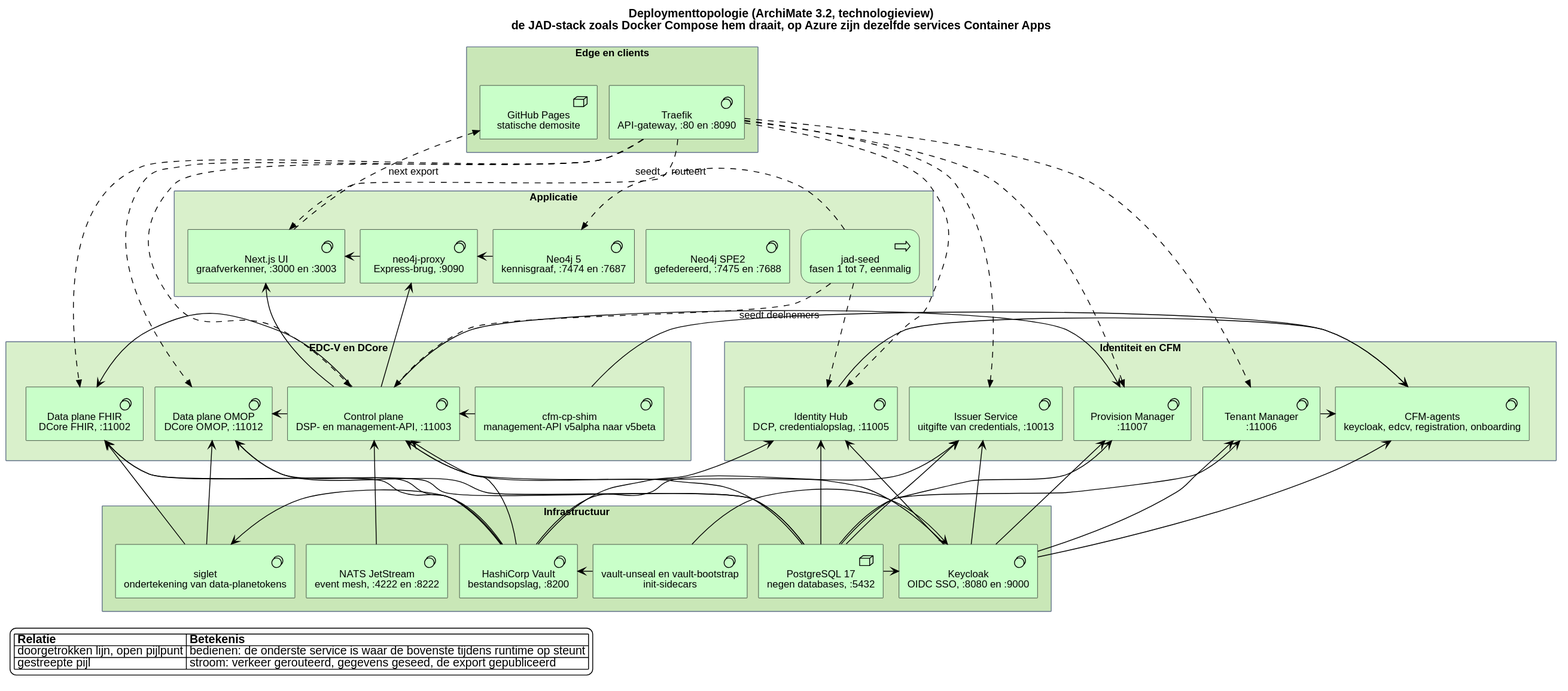
Before: docs/architecture/img/deployment.nl.svg, a diagram exported from PlantUML (ma3u/MinimumViableHealthDataspacev2).
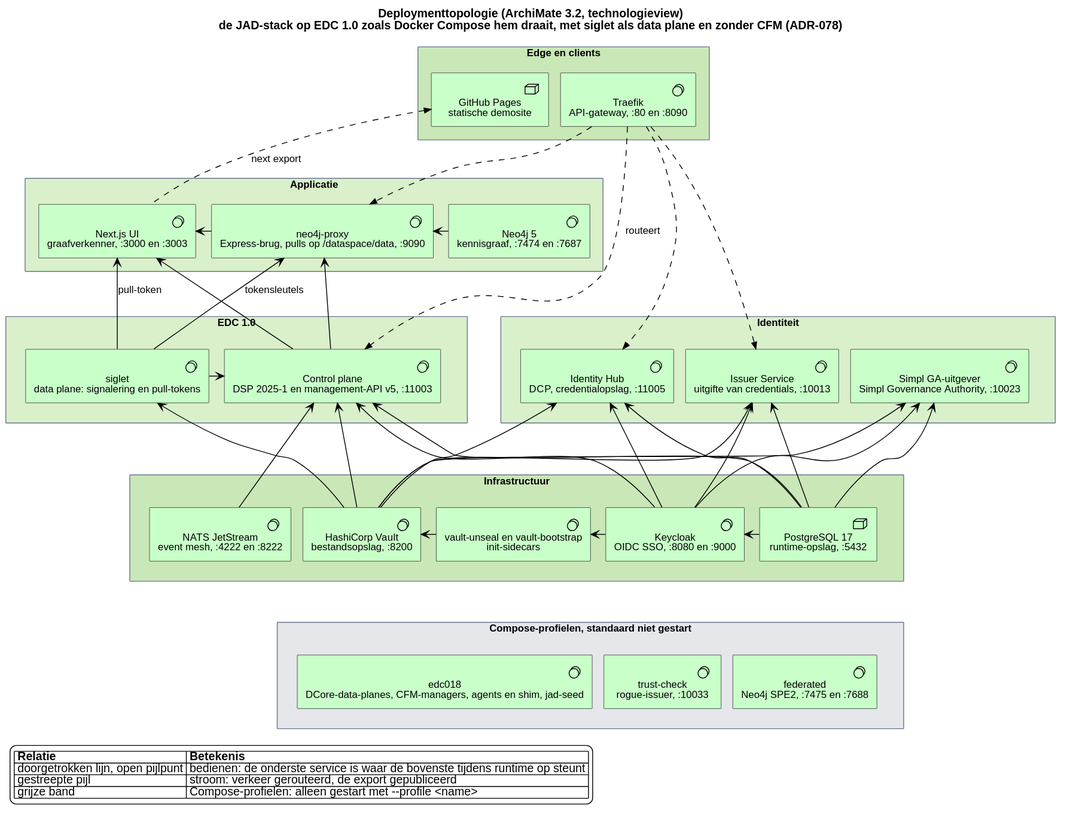
The same diagram one commit later.

What changed in the source:
```diff
@@ -1,6 +1,6 @@
 @startuml
 !include <archimate/Archimate>
-title Deploymenttopologie (ArchiMate 3.2, technologieview)\nde JAD-stack zoals Docker Compose hem draait, op Azure zijn dezelfde services Container Apps
+title Deploymenttopologie (ArchiMate 3.2, technologieview)\nde JAD-stack op EDC 1.0 zoals Docker Compose hem draait, met siglet als data plane en zonder CFM (ADR-078)
 skinparam defaultFontName Helvetica
 skinparam shadowing false
 skinparam nodesep 14
@@ -16,64 +16,50 @@
 }
 rectangle "Applicatie" as APP #D9F0CB {
   Technology_SystemSoftware(ui, "Next.js UI\ngraafverkenner, :3000 en :3003")
-  Technology_SystemSoftware(proxy, "neo4j-proxy\nExpress-brug, :9090")
+  Technology_SystemSoftware(proxy, "neo4j-proxy\nExpress-brug, pulls op /dataspace/data, :9090")
   Technology_SystemSoftware(neo4j, "Neo4j 5\nkennisgraaf, :7474 en :7687")
-  Technology_SystemSoftware(neo4j2, "Neo4j SPE2\ngefedereerd, :7475 en :7688")
-  Technology_Process(seed, "jad-seed\nfasen 1 tot 7, eenmalig")
 }
-rectangle "EDC-V en DCore" as EDC #D9F0CB {
-  Technology_SystemSoftware(cp, "Control plane\nDSP- en management-API, :11003")
-  Technology_SystemSoftware(dpf, "Data plane FHIR\nDCore FHIR, :11002")
-  Technology_SystemSoftware(dpo, "Data plane OMOP\nDCore OMOP, :11012")
-  Technology_SystemSoftware(shim, "cfm-cp-shim\nmanagement-API v5alpha naar v5beta")
+rectangle "EDC 1.0" as EDC #D9F0CB {
+  Technology_SystemSoftware(cp, "Control plane\nDSP 2025-1 en management-API v5, :11003")
+  Technology_SystemSoftware(sig, "siglet\ndata plane: signalering en pull-tokens")
 }
-rectangle "Identiteit en CFM" as IDM #D9F0CB {
+rectangle "Identiteit" as IDM #D9F0CB {
   Technology_SystemSoftware(ih, "Identity Hub\nDCP, credentialopslag, :11005")
   Technology_SystemSoftware(is, "Issuer Service\nuitgifte van credentials, :10013")
-  Technology_SystemSoftware(tm, "Tenant Manager\n:11006")
-  Technology_SystemSoftware(pm, "Provision Manager\n:11007")
-  Technology_SystemSoftware(agents, "CFM-agents\nkeycloak, edcv, registration, onboarding")
+  Technology_SystemSoftware(sga, "Simpl GA-uitgever\nSimpl Governance Authority, :10023")
 }
 rectangle "Infrastructuur" as INFRA #C9E7B7 {
   Technology_SystemSoftware(kc, "Keycloak\nOIDC SSO, :8080 en :9000")
-  Technology_Node(pg, "PostgreSQL 17\nnegen databases, :5432")
+  Technology_Node(pg, "PostgreSQL 17\nruntime-opslag, :5432")
   Technology_SystemSoftware(vault, "HashiCorp Vault\nbestandsopslag, :8200")
   Technology_SystemSoftware(vu, "vault-unseal en vault-bootstrap\ninit-sidecars")
-  Technology_SystemSoftware(sig, "siglet\nondertekening van data-planetokens")
   Technology_SystemSoftware(nats, "NATS JetStream\nevent mesh, :4222 en :8222")
 }
+rectangle "Compose-profielen, standaard niet gestart" as PROF #E5E7EB {
+  Technology_SystemSoftware(e018, "edc018\nDCore-data-planes, CFM-managers, agents en shim, jad-seed")
+  Technology_SystemSoftware(trust, "trust-check\nrogue-issuer, :10033")
+  Technology_SystemSoftware(fed, "federated\nNeo4j SPE2, :7475 en :7688")
+}
 
-Rel_Flow(tfk, ui, "routeert")
-Rel_Flow(tfk, cp, " ")
-Rel_Flow(tfk, dpf, " ")
-Rel_Flow(tfk, dpo, " ")
+Rel_Flow(tfk, cp, "routeert")
+Rel_Flow(tfk, proxy, " ")
 Rel_Flow(tfk, ih, " ")
 Rel_Flow(tfk, is, " ")
-Rel_Flow(tfk, tm, " ")
-Rel_Flow(tfk, pm, " ")
 Rel_Flow_Up(ui, ghp, "next export")
 
 Rel_Serving_Right(proxy, ui)
 Rel_Serving_Up(cp, ui)
 Rel_Serving_Up(cp, proxy)
 Rel_Serving_Right(neo4j, proxy)
-Rel_Flow_Right(seed, neo4j, "seedt")
-Rel_Flow(seed, cp, "seedt deelnemers")
-Rel_Flow(seed, ih, " ")
+Rel_Serving_Up(sig, ui, "pull-token")
+Rel_Serving_Up(sig, proxy, "tokensleutels")
 
 Rel_Serving_Up(pg, cp)
 Rel_Serving_Up(vault, cp)
 Rel_Serving_Up(nats, cp)
 Rel_Serving_Up(kc, cp)
-Rel_Serving_Left(cp, dpf)
-Rel_Serving_Left(cp, dpo)
-Rel_Serving_Up(pg, dpf)
-Rel_Serving_Up(vault, dpf)
-Rel_Serving_Up(pg, dpo)
-Rel_Serving_Up(vault, dpo)
-Rel_Serving_Up(sig, dpf)
-Rel_Serving_Up(sig, dpo)
-Rel_Serving_Left(shim, cp)
+Rel_Serving_Left(sig, cp)
+Rel_Serving_Up(vault, sig)
 
 Rel_Serving_Up(pg, ih)
 Rel_Serving_Up(vault, ih)
@@ -81,43 +67,33 @@
 Rel_Serving_Up(pg, is)
 Rel_Serving_Up(vault, is)
 Rel_Serving_Up(kc, is)
-Rel_Serving_Up(pg, tm)
-Rel_Serving_Up(kc, tm)
-Rel_Serving_Up(pg, pm)
-Rel_Serving_Up(kc, pm)
-Rel_Serving_Up(cp, pm)
-Rel_Serving_Up(kc, agents)
-Rel_Serving_Up(shim, agents)
-Rel_Serving_Right(ih, agents)
-Rel_Serving_Right(tm, agents)
+Rel_Serving_Up(pg, sga)
+Rel_Serving_Up(vault, sga)
+Rel_Serving_Up(kc, sga)
 
-Rel_Serving_Right(pg, kc)
-Rel_Serving_Right(vu, vault)
-Rel_Serving_Right(vu, kc)
-Rel_Serving_Right(vault, sig)
+Rel_Serving_Left(pg, kc)
+Rel_Serving_Left(kc, vu)
+Rel_Serving_Left(vu, vault)
 
 tfk -[hidden]right- ghp
 ui -[hidden]right- proxy
 proxy -[hidden]right- neo4j
-neo4j -[hidden]right- neo4j2
-neo4j2 -[hidden]right- seed
-cp -[hidden]right- dpf
-dpf -[hidden]right- dpo
-dpo -[hidden]right- shim
+cp -[hidden]right- sig
 ih -[hidden]right- is
-is -[hidden]right- tm
-tm -[hidden]right- pm
-pm -[hidden]right- agents
+is -[hidden]right- sga
+nats -[hidden]right- vault
+vault -[hidden]right- vu
+vu -[hidden]right- kc
 kc -[hidden]right- pg
-pg -[hidden]right- vault
-vault -[hidden]right- vu
-vu -[hidden]right- sig
-sig -[hidden]right- nats
 EDC -[hidden]right- IDM
+INFRA -[hidden]down- PROF
+e018 -[hidden]right- trust
+trust -[hidden]right- fed
 
 legend bottom left
 |= Relatie |= Betekenis |
 | doorgetrokken lijn, open pijlpunt | bedienen: de onderste service is waar de bovenste tijdens runtime op steunt |
-| gestreepte pijl | stroom: verkeer gerouteerd, gegevens geseed, de export gepubliceerd |
+| gestreepte pijl | stroom: verkeer gerouteerd, de export gepubliceerd |
+| grijze band | Compose-profielen: alleen gestart met --profile <name> |
 endlegend
 @enduml
```
